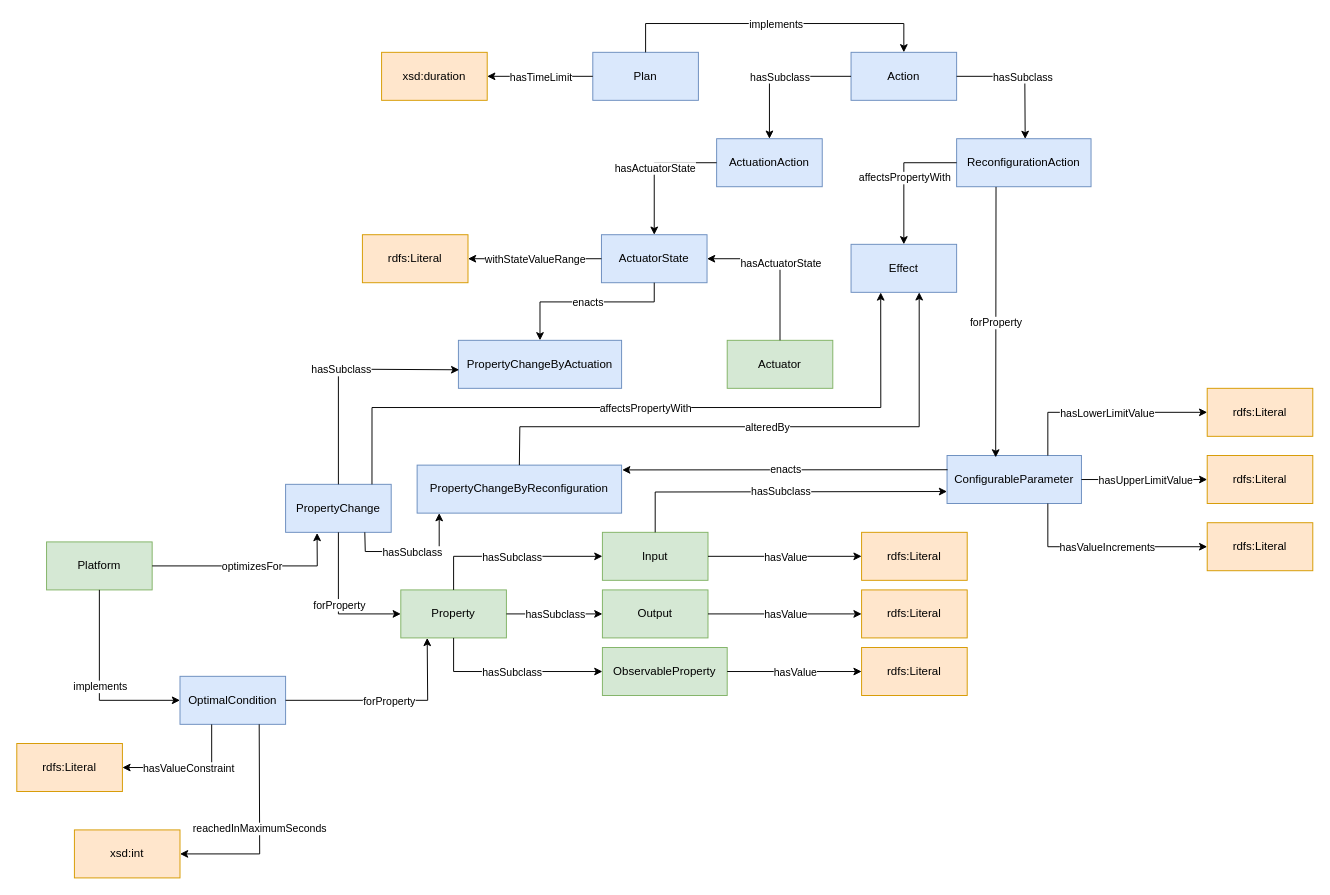
This is Diagrams/ontology-class-diagram.drawio from ivanspajic/ruleless-digital-twins, a draw.io file, before an edit. Source tidied: cells renumbered, new cells numbered last; positions are measured from the earlier drawing's top-left corner, leaving out a move shared by most shapes. Both pictures are drawn from the tidied source at 96%, with x=0, y=0 at pixel (16, 23).
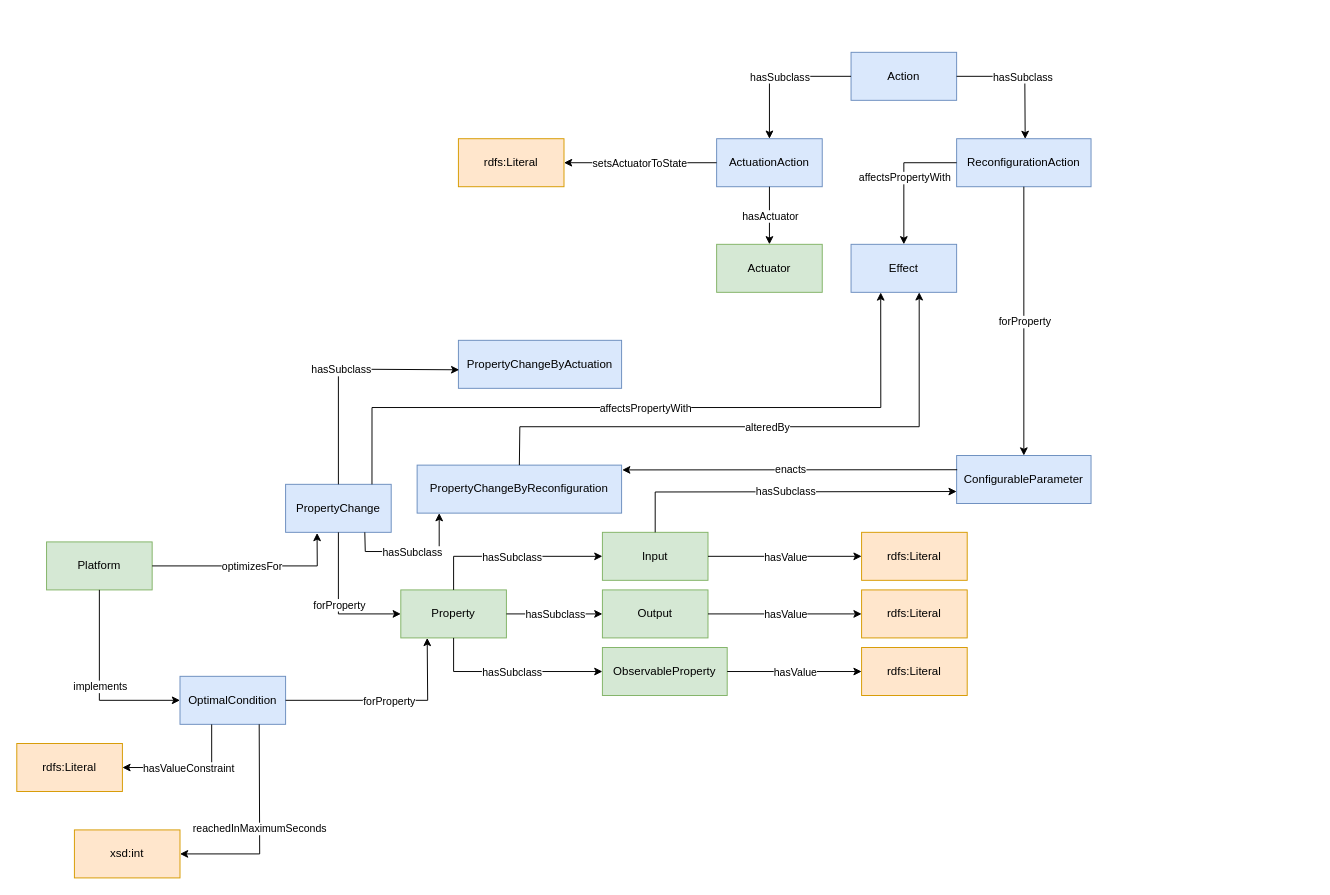
Above is the later version.

Commit message (it also covers changes not shown here):
Updated the ontology diagram and the readme file.

The change refers to these unchanged cells:
```xml
<mxCell id="2" value="Action" style="html=1;whiteSpace=wrap;fillColor=#dae8fc;strokeColor=#6c8ebf;" parent="1" vertex="1">
  <mxGeometry x="869" y="30" width="110" height="50" as="geometry" />
</mxCell>
<mxCell id="3" value="ActuationAction" style="html=1;whiteSpace=wrap;fillColor=#dae8fc;strokeColor=#6c8ebf;" parent="1" vertex="1">
  <mxGeometry x="729" y="120" width="110" height="50" as="geometry" />
</mxCell>
<mxCell id="4" value="ReconfigurationAction" style="html=1;whiteSpace=wrap;fillColor=#dae8fc;strokeColor=#6c8ebf;" parent="1" vertex="1">
  <mxGeometry x="979" y="120" width="140" height="50" as="geometry" />
</mxCell>
<mxCell id="18" value="PropertyChangeByActuation" style="html=1;whiteSpace=wrap;fillColor=#dae8fc;strokeColor=#6c8ebf;" parent="1" vertex="1">
  <mxGeometry x="460" y="330" width="170" height="50" as="geometry" />
</mxCell>
```

Change to the diagram source:
```diff
@@
-    <mxCell id="9" value="ActuatorState" style="whiteSpace=wrap;html=1;align=center;fillColor=#dae8fc;strokeColor=#6c8ebf;" parent="1" vertex="1">
-      <mxGeometry x="609" y="220" width="110" height="50" as="geometry" />
-    </mxCell>
-    <mxCell id="10" style="endArrow=classic;html=1;rounded=0;exitX=0;exitY=0.5;exitDx=0;exitDy=0;entryX=0.5;entryY=0;entryDx=0;entryDy=0;" parent="1" edge="1" source="3" target="9">
-      <mxGeometry relative="1" as="geometry">
-        <Array as="points">
-          <mxPoint x="664" y="145" />
-        </Array>
-      </mxGeometry>
-    </mxCell>
-    <mxCell id="11" value="hasActuatorState" style="edgeLabel;html=1;align=center;verticalAlign=middle;" parent="10" vertex="1">
-      <mxGeometry relative="1" as="geometry" />
-    </mxCell>
     <mxCell id="12" value="ConfigurableParameter" style="html=1;whiteSpace=wrap;fillColor=#dae8fc;strokeColor=#6c8ebf;" parent="1" vertex="1">
-      <mxGeometry x="969" y="450" width="140" height="50" as="geometry" />
+      <mxGeometry x="979" y="450" width="140" height="50" as="geometry" />
     </mxCell>
@@
-    <mxCell id="14" style="endArrow=classic;html=1;rounded=0;entryX=0.362;entryY=0.04;entryDx=0;entryDy=0;exitX=0.293;exitY=1.005;exitDx=0;exitDy=0;exitPerimeter=0;entryPerimeter=0;" parent="1" edge="1" source="4" target="12">
+    <mxCell id="14" style="endArrow=classic;html=1;rounded=0;entryX=0.5;entryY=0;entryDx=0;entryDy=0;exitX=0.5;exitY=1;exitDx=0;exitDy=0;" parent="1" edge="1" source="4" target="12">
       <mxGeometry relative="1" as="geometry" />
     </mxCell>
@@
-    <mxCell id="19" style="endArrow=classic;html=1;rounded=0;exitX=0.5;exitY=1;exitDx=0;exitDy=0;entryX=0.5;entryY=0;entryDx=0;entryDy=0;" parent="1" edge="1" source="9" target="18">
-      <mxGeometry relative="1" as="geometry">
-        <Array as="points">
-          <mxPoint x="664" y="290" />
-          <mxPoint x="545" y="290" />
-        </Array>
-      </mxGeometry>
-    </mxCell>
-    <mxCell id="20" value="enacts" style="edgeLabel;html=1;align=center;verticalAlign=middle;" parent="19" vertex="1">
-      <mxGeometry relative="1" as="geometry" />
-    </mxCell>
     <mxCell id="21" value="Actuator" style="html=1;whiteSpace=wrap;fillColor=#d5e8d4;strokeColor=#82b366;" parent="1" vertex="1">
-      <mxGeometry x="740" y="330" width="110" height="50" as="geometry" />
+      <mxGeometry x="729" y="230" width="110" height="50" as="geometry" />
     </mxCell>
-    <mxCell id="22" style="endArrow=classic;html=1;rounded=0;exitX=0.5;exitY=0;exitDx=0;exitDy=0;entryX=1;entryY=0.5;entryDx=0;entryDy=0;" parent="1" edge="1" source="21" target="9">
-      <mxGeometry relative="1" as="geometry">
-        <Array as="points">
-          <mxPoint x="795" y="245" />
-        </Array>
-      </mxGeometry>
-    </mxCell>
-    <mxCell id="23" value="hasActuatorState" style="edgeLabel;html=1;align=center;verticalAlign=middle;" parent="22" vertex="1">
-      <mxGeometry relative="1" as="geometry" />
-    </mxCell>
-    <mxCell id="24" style="endArrow=classic;html=1;rounded=0;exitX=0;exitY=0.5;exitDx=0;exitDy=0;entryX=1;entryY=0.5;entryDx=0;entryDy=0;" parent="1" edge="1" source="9" target="26">
-      <mxGeometry relative="1" as="geometry" />
-    </mxCell>
-    <mxCell id="25" value="withStateValueRange" style="edgeLabel;html=1;align=center;verticalAlign=middle;" parent="24" vertex="1">
-      <mxGeometry relative="1" as="geometry" />
-    </mxCell>
-    <mxCell id="26" value="rdfs:Literal" style="html=1;whiteSpace=wrap;fillColor=#ffe6cc;strokeColor=#d79b00;" parent="1" vertex="1">
-      <mxGeometry x="360" y="220" width="110" height="50" as="geometry" />
-    </mxCell>
@@
-    <mxCell id="38" value="Plan" style="html=1;whiteSpace=wrap;fillColor=#dae8fc;strokeColor=#6c8ebf;" parent="1" vertex="1">
-      <mxGeometry x="600" y="30" width="110" height="50" as="geometry" />
-    </mxCell>
-    <mxCell id="39" style="endArrow=classic;html=1;rounded=0;exitX=0.5;exitY=0;exitDx=0;exitDy=0;entryX=0.5;entryY=0;entryDx=0;entryDy=0;" parent="1" edge="1" source="38" target="2">
-      <mxGeometry relative="1" as="geometry">
-        <Array as="points">
-          <mxPoint x="655" />
-          <mxPoint x="924" />
-        </Array>
-      </mxGeometry>
-    </mxCell>
-    <mxCell id="40" value="implements" style="edgeLabel;html=1;align=center;verticalAlign=middle;" parent="39" vertex="1">
-      <mxGeometry relative="1" as="geometry" />
-    </mxCell>
-    <mxCell id="41" style="endArrow=classic;html=1;rounded=0;exitX=0;exitY=0.5;exitDx=0;exitDy=0;entryX=1;entryY=0.5;entryDx=0;entryDy=0;" parent="1" edge="1" source="38" target="43">
-      <mxGeometry relative="1" as="geometry" />
-    </mxCell>
-    <mxCell id="42" value="hasTimeLimit" style="edgeLabel;html=1;align=center;verticalAlign=middle;" parent="41" vertex="1">
-      <mxGeometry relative="1" as="geometry" />
-    </mxCell>
-    <mxCell id="43" value="xsd:duration" style="html=1;whiteSpace=wrap;fillColor=#ffe6cc;strokeColor=#d79b00;" parent="1" vertex="1">
-      <mxGeometry x="380" y="30" width="110" height="50" as="geometry" />
-    </mxCell>
@@
-    <mxCell id="80" value="rdfs:Literal" style="html=1;whiteSpace=wrap;fillColor=#ffe6cc;strokeColor=#d79b00;" parent="1" vertex="1">
-      <mxGeometry x="1240" y="380" width="110" height="50" as="geometry" />
-    </mxCell>
-    <mxCell id="81" value="rdfs:Literal" style="html=1;whiteSpace=wrap;fillColor=#ffe6cc;strokeColor=#d79b00;" parent="1" vertex="1">
-      <mxGeometry x="1240" y="450" width="110" height="50" as="geometry" />
-    </mxCell>
-    <mxCell id="82" value="rdfs:Literal" style="html=1;whiteSpace=wrap;fillColor=#ffe6cc;strokeColor=#d79b00;" parent="1" vertex="1">
-      <mxGeometry x="1240" y="520" width="110" height="50" as="geometry" />
-    </mxCell>
-    <mxCell id="83" style="endArrow=classic;html=1;rounded=0;exitX=0.75;exitY=0;exitDx=0;exitDy=0;entryX=0;entryY=0.5;entryDx=0;entryDy=0;" parent="1" edge="1" source="12" target="80">
-      <mxGeometry relative="1" as="geometry">
-        <Array as="points">
-          <mxPoint x="1074" y="405" />
-        </Array>
-      </mxGeometry>
-    </mxCell>
-    <mxCell id="84" value="hasLowerLimitValue" style="edgeLabel;html=1;align=center;verticalAlign=middle;" parent="83" vertex="1">
-      <mxGeometry relative="1" as="geometry" />
-    </mxCell>
-    <mxCell id="85" style="endArrow=classic;html=1;rounded=0;exitX=1;exitY=0.5;exitDx=0;exitDy=0;entryX=0;entryY=0.5;entryDx=0;entryDy=0;" parent="1" edge="1" source="12" target="81">
-      <mxGeometry relative="1" as="geometry" />
-    </mxCell>
-    <mxCell id="86" value="hasUpperLimitValue" style="edgeLabel;html=1;align=center;verticalAlign=middle;" parent="85" vertex="1">
-      <mxGeometry relative="1" as="geometry" />
-    </mxCell>
-    <mxCell id="87" style="endArrow=classic;html=1;rounded=0;exitX=0.75;exitY=1;exitDx=0;exitDy=0;entryX=0;entryY=0.5;entryDx=0;entryDy=0;" parent="1" edge="1" source="12" target="82">
-      <mxGeometry relative="1" as="geometry">
-        <Array as="points">
-          <mxPoint x="1074" y="545" />
-        </Array>
-      </mxGeometry>
-    </mxCell>
-    <mxCell id="88" value="hasValueIncrements" style="edgeLabel;html=1;align=center;verticalAlign=middle;" parent="87" vertex="1">
-      <mxGeometry relative="1" as="geometry" />
-    </mxCell>
@@
+    <mxCell id="91" style="endArrow=classic;html=1;rounded=0;exitX=0.5;exitY=1;exitDx=0;exitDy=0;entryX=0.5;entryY=0;entryDx=0;entryDy=0;" parent="1" edge="1" source="3" target="21">
+      <mxGeometry relative="1" as="geometry" />
+    </mxCell>
+    <mxCell id="92" value="hasActuator" style="edgeLabel;html=1;align=center;verticalAlign=middle;" parent="91" vertex="1">
+      <mxGeometry x="-0.27" relative="1" as="geometry">
+        <mxPoint y="8" as="offset" />
+      </mxGeometry>
+    </mxCell>
+    <mxCell id="93" value="rdfs:Literal" style="rounded=0;whiteSpace=wrap;html=1;fillColor=#ffe6cc;strokeColor=#d79b00;" parent="1" vertex="1">
+      <mxGeometry x="460" y="120" width="110" height="50" as="geometry" />
+    </mxCell>
+    <mxCell id="94" style="endArrow=classic;html=1;rounded=0;exitX=0;exitY=0.5;exitDx=0;exitDy=0;entryX=1;entryY=0.5;entryDx=0;entryDy=0;" parent="1" edge="1" source="3" target="93">
+      <mxGeometry relative="1" as="geometry" />
+    </mxCell>
+    <mxCell id="95" value="setsActuatorToState" style="edgeLabel;html=1;align=center;verticalAlign=middle;" parent="94" vertex="1">
+      <mxGeometry x="0.02" relative="1" as="geometry" />
+    </mxCell>
```
